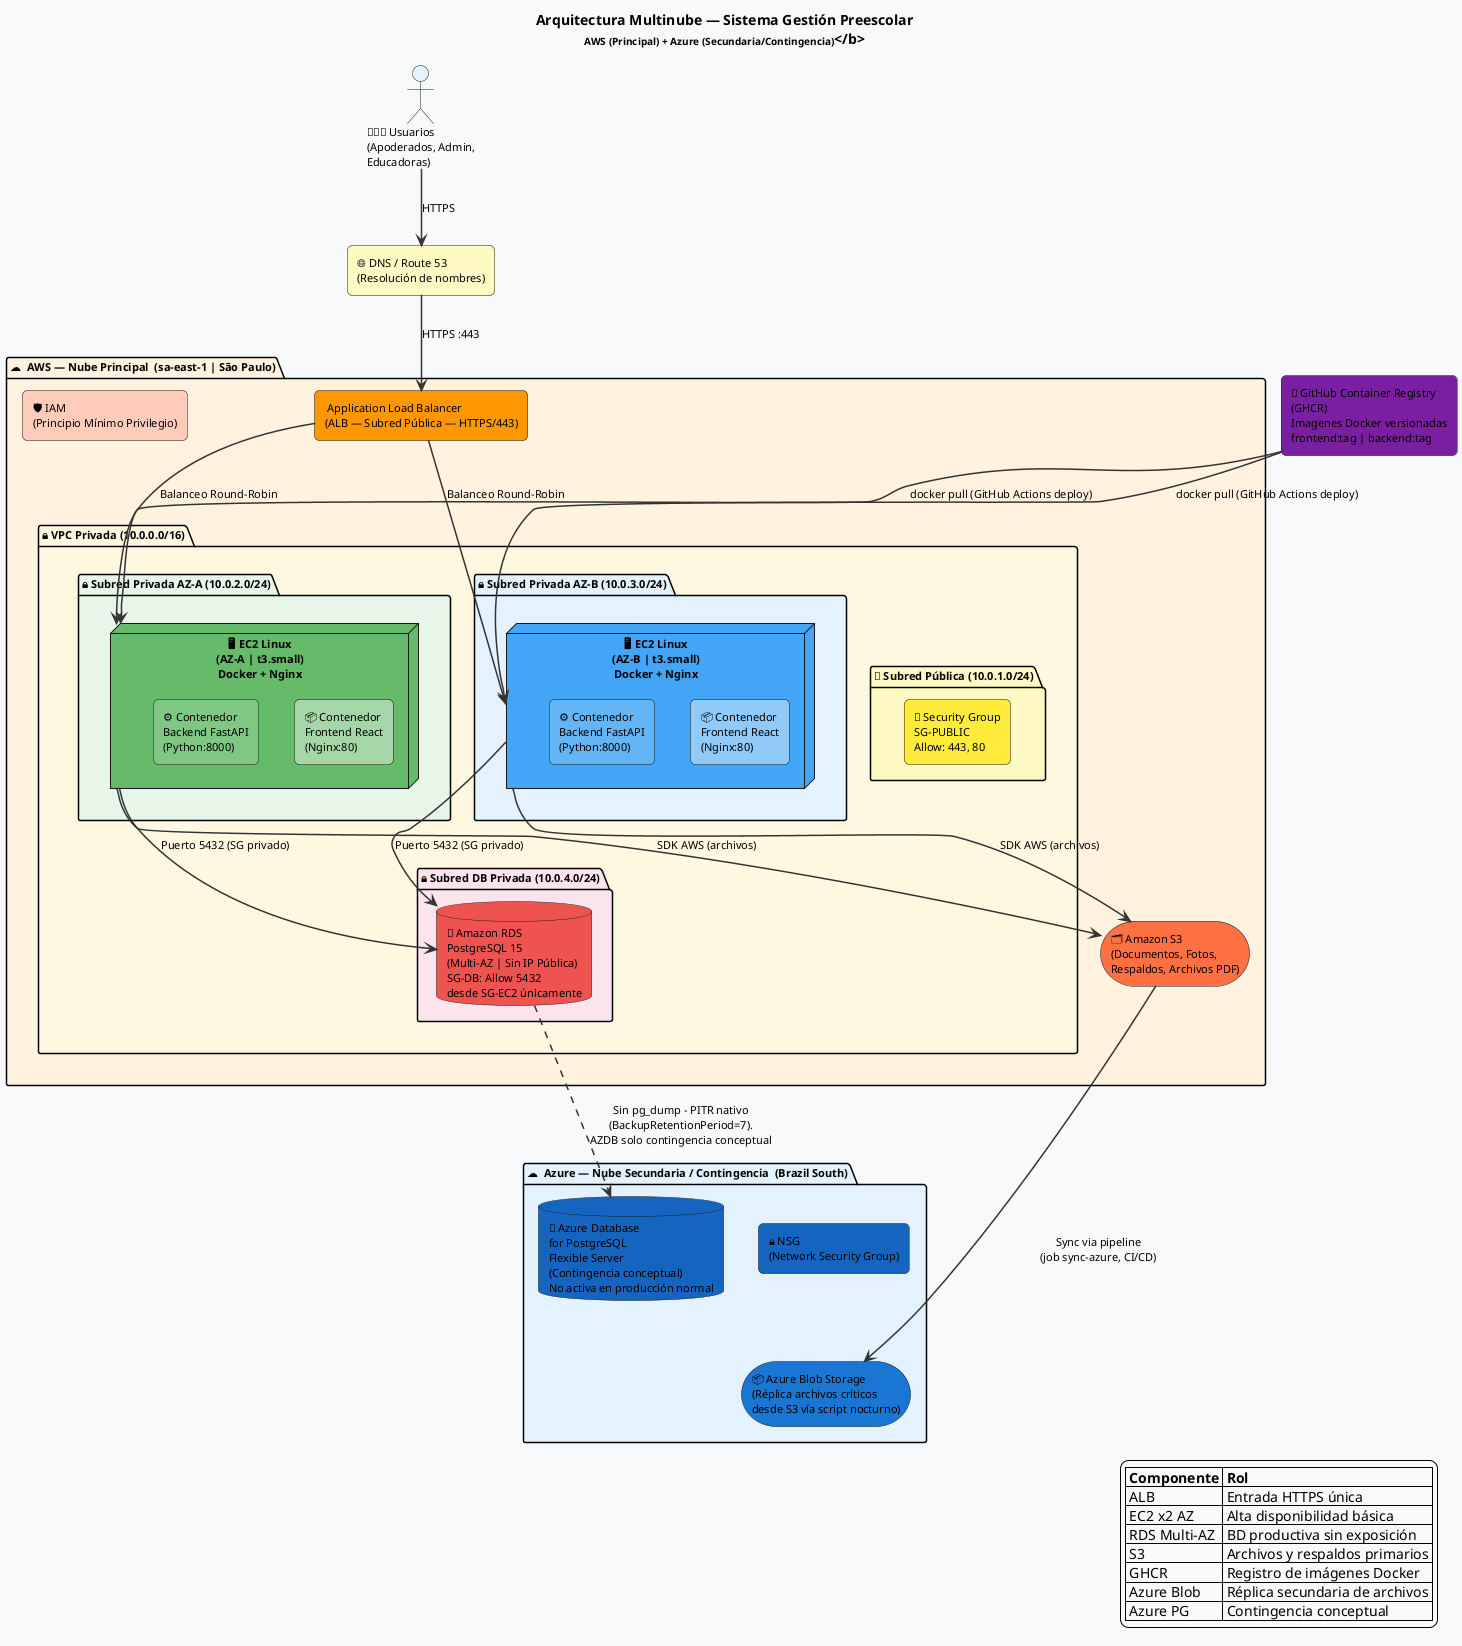
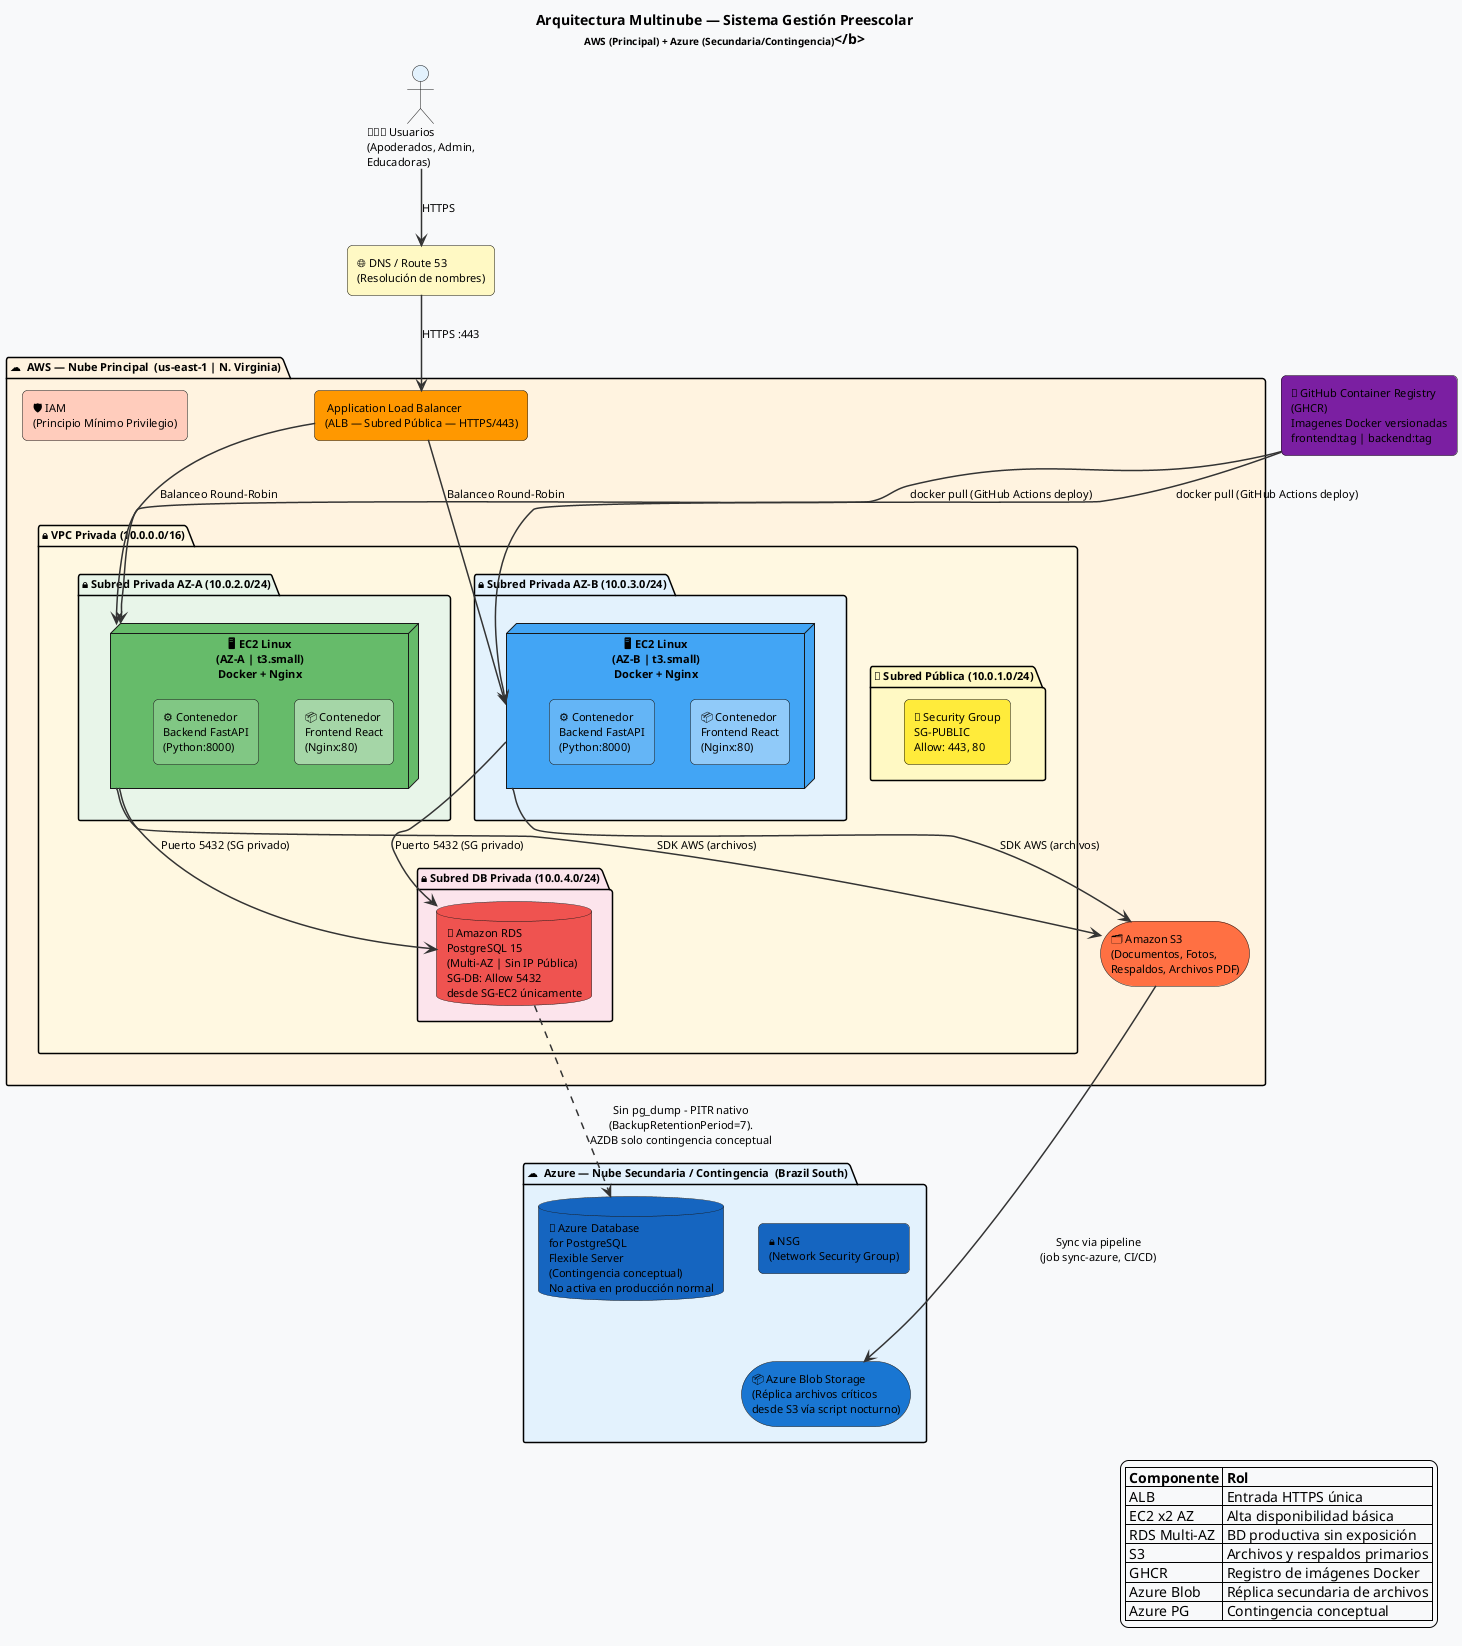
@startuml 01_arquitectura_cloud_multinube
!define AWSCOLOR #FF9900
!define AZURECOLOR #0078D4
!define SECCOLOR #D32F2F
!define NETCOLOR #1565C0
!define DBCOLOR #2E7D32
!define STCOLOR #6A1B9A

skinparam backgroundColor #F8F9FA
skinparam defaultFontName Arial
skinparam defaultFontSize 11
skinparam ArrowColor #333333
skinparam ArrowThickness 1.5

skinparam rectangle {
  RoundCorner 10
}

skinparam node {
  RoundCorner 8
}

title <b>Arquitectura Multinube — Sistema Gestión Preescolar\n<size:10>AWS (Principal) + Azure (Secundaria/Contingencia)</size></b>

' ====== USUARIOS ======
actor "👨‍👩‍👧 Usuarios\n(Apoderados, Admin,\nEducadoras)" as USERS #E3F2FD

' ====== DNS ======
rectangle "🌐 DNS / Route 53\n(Resolución de nombres)" as DNS #FFF9C4

USERS --> DNS : HTTPS

' ====== AWS PRINCIPAL ======
- package "☁️  AWS — Nube Principal  (sa-east-1 | São Paulo)" as AWS #FFF3E0 {
+ package "☁️  AWS — Nube Principal  (us-east-1 | N. Virginia)" as AWS #FFF3E0 {

  rectangle "🛡️ IAM\n(Principio Mínimo Privilegio)" as IAM #FFCCBC

  rectangle " Application Load Balancer\n(ALB — Subred Pública — HTTPS/443)" as ALB #FF9800

  package "🔒 VPC Privada (10.0.0.0/16)" as VPC #FFF8E1 {

    package "📡 Subred Pública (10.0.1.0/24)" as PUBSUB #FFF9C4 {
      rectangle "🔐 Security Group\nSG-PUBLIC\nAllow: 443, 80" as SG_PUB #FFEB3B
    }

    package "🔒 Subred Privada AZ-A (10.0.2.0/24)" as PRIVSUBA #E8F5E9 {
      node "🖥️ EC2 Linux\n(AZ-A | t3.small)\nDocker + Nginx" as EC2A #66BB6A {
        rectangle "📦 Contenedor\nFrontend React\n(Nginx:80)" as FE_A #A5D6A7
        rectangle "⚙️ Contenedor\nBackend FastAPI\n(Python:8000)" as BE_A #81C784
      }
    }

    package "🔒 Subred Privada AZ-B (10.0.3.0/24)" as PRIVSUBB #E3F2FD {
      node "🖥️ EC2 Linux\n(AZ-B | t3.small)\nDocker + Nginx" as EC2B #42A5F5 {
        rectangle "📦 Contenedor\nFrontend React\n(Nginx:80)" as FE_B #90CAF9
        rectangle "⚙️ Contenedor\nBackend FastAPI\n(Python:8000)" as BE_B #64B5F6
      }
    }

    package "🔒 Subred DB Privada (10.0.4.0/24)" as DBSUB #FCE4EC {
      database "🐘 Amazon RDS\nPostgreSQL 15\n(Multi-AZ | Sin IP Pública)\nSG-DB: Allow 5432\ndesde SG-EC2 únicamente" as RDS #EF5350
    }

  }

  storage "🗂️ Amazon S3\n(Documentos, Fotos,\nRespaldos, Archivos PDF)" as S3 #FF7043

}

' ====== AZURE SECUNDARIA ======
package "☁️  Azure — Nube Secundaria / Contingencia  (Brazil South)" as AZURE #E3F2FD {

  rectangle "🔒 NSG\n(Network Security Group)" as NSG #1565C0

  storage "📦 Azure Blob Storage\n(Réplica archivos críticos\ndesde S3 vía script nocturno)" as BLOB #1976D2

  database "🐘 Azure Database\nfor PostgreSQL\nFlexible Server\n(Contingencia conceptual)\nNo activa en producción normal" as AZDB #1565C0

}

' ====== GHCR ======
rectangle "🐳 GitHub Container Registry\n(GHCR)\nImagenes Docker versionadas\nfrontend:tag | backend:tag" as GHCR #7B1FA2

' ====== FLUJOS PRINCIPALES ======
DNS --> ALB : HTTPS :443
ALB --> EC2A : Balanceo Round-Robin
ALB --> EC2B : Balanceo Round-Robin

EC2A --> RDS : Puerto 5432 (SG privado)
EC2B --> RDS : Puerto 5432 (SG privado)

EC2A --> S3 : SDK AWS (archivos)
EC2B --> S3 : SDK AWS (archivos)

' ====== FLUJO GHCR → EC2 ======
GHCR --> EC2A : docker pull (GitHub Actions deploy)
GHCR --> EC2B : docker pull (GitHub Actions deploy)

' ====== FLUJO RESPALDO AZURE ======
S3 --> BLOB : Sync via pipeline\n(job sync-azure, CI/CD)
RDS ..> AZDB : Sin pg_dump - PITR nativo\n(BackupRetentionPeriod=7).\nAZDB solo contingencia conceptual

IAM -[hidden]- VPC
NSG -[hidden]- BLOB

legend right
  |= Componente |= Rol |
  | ALB | Entrada HTTPS única |
  | EC2 x2 AZ | Alta disponibilidad básica |
  | RDS Multi-AZ | BD productiva sin exposición |
  | S3 | Archivos y respaldos primarios |
  | GHCR | Registro de imágenes Docker |
  | Azure Blob | Réplica secundaria de archivos |
  | Azure PG | Contingencia conceptual |
endlegend

@enduml
